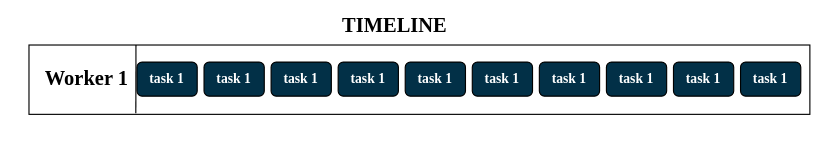
The draw.io diagram img/ch-intro/serial-timeline.svg in godaai/scale-py-zh, before a commit. Source tidied: cells renumbered, new cells last; positions are measured from the earlier drawing's top-left corner, leaving out a move shared by most shapes.
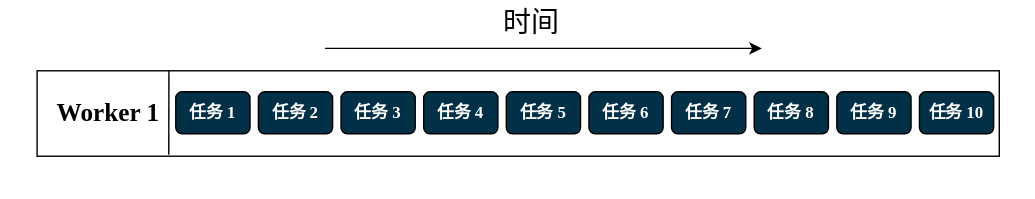
The same diagram one commit later.

Change to the diagram source:
```diff
@@ -2,52 +2,59 @@
   <root>
     <mxCell id="0" />
     <mxCell id="1" parent="0" />
-    <mxCell id="2" style="rounded=0;whiteSpace=wrap;html=1;strokeColor=none;fillColor=none;" parent="1" vertex="1">
-      <mxGeometry width="739" height="130" as="geometry" />
+    <mxCell id="2" style="rounded=0;whiteSpace=wrap;html=1;fillColor=none;strokeColor=none;" parent="1" vertex="1">
+      <mxGeometry x="-5" y="1" width="739" height="130" as="geometry" />
     </mxCell>
     <mxCell id="3" style="rounded=0;whiteSpace=wrap;html=1;" parent="1" vertex="1">
-      <mxGeometry x="25" y="39" width="687" height="61" as="geometry" />
+      <mxGeometry x="21" y="39" width="687" height="61" as="geometry" />
     </mxCell>
-    <mxCell id="4" value="&lt;b&gt;&lt;font style=&quot;font-size: 18px;&quot; face=&quot;Times New Roman&quot;&gt;TIMELINE&lt;/font&gt;&lt;/b&gt;" style="text;html=1;strokeColor=none;fillColor=none;align=center;verticalAlign=middle;whiteSpace=wrap;rounded=0;" parent="1" vertex="1">
-      <mxGeometry x="296" y="7" width="102" height="30" as="geometry" />
-    </mxCell>
     <mxCell id="5" value="&lt;font style=&quot;font-size: 18px;&quot; face=&quot;Times New Roman&quot;&gt;&lt;b&gt;Worker 1&lt;/b&gt;&lt;br&gt;&lt;/font&gt;" style="text;html=1;strokeColor=none;fillColor=none;align=center;verticalAlign=middle;whiteSpace=wrap;rounded=0;" parent="1" vertex="1">
-      <mxGeometry x="25" y="54" width="102" height="30" as="geometry" />
+      <mxGeometry x="21" y="54" width="102" height="30" as="geometry" />
     </mxCell>
-    <mxCell id="6" style="endArrow=none;html=1;rounded=0;entryX=0.137;entryY=0;entryDx=0;entryDy=0;entryPerimeter=0;" parent="1" edge="1" target="3">
+    <mxCell id="6" style="endArrow=none;html=1;rounded=0;entryX=0.137;entryY=0;entryDx=0;entryDy=0;entryPerimeter=0;" parent="1" edge="1">
       <mxGeometry relative="1" as="geometry">
-        <mxPoint x="119" y="99" as="sourcePoint" />
+        <mxPoint x="115" y="99" as="sourcePoint" />
+        <mxPoint x="115.1" y="39" as="targetPoint" />
       </mxGeometry>
     </mxCell>
-    <mxCell id="7" value="&lt;font color=&quot;#ffffff&quot; face=&quot;Times New Roman&quot;&gt;&lt;b&gt;task 1&lt;/b&gt;&lt;/font&gt;" style="rounded=1;whiteSpace=wrap;html=1;fillColor=#023047;" parent="1" vertex="1">
+    <mxCell id="7" value="&lt;font color=&quot;#ffffff&quot; face=&quot;Times New Roman&quot;&gt;&lt;b&gt;任务 1&lt;/b&gt;&lt;/font&gt;" style="rounded=1;whiteSpace=wrap;html=1;fillColor=#023047;" parent="1" vertex="1">
       <mxGeometry x="120" y="54" width="53" height="30" as="geometry" />
     </mxCell>
-    <mxCell id="8" value="&lt;font color=&quot;#ffffff&quot; face=&quot;Times New Roman&quot;&gt;&lt;b&gt;task 1&lt;/b&gt;&lt;/font&gt;" style="rounded=1;whiteSpace=wrap;html=1;fillColor=#023047;" parent="1" vertex="1">
+    <mxCell id="8" value="&lt;b style=&quot;border-color: var(--border-color); color: rgb(255, 255, 255); font-family: &amp;quot;Times New Roman&amp;quot;;&quot;&gt;任务&lt;/b&gt;&lt;font color=&quot;#ffffff&quot; face=&quot;Times New Roman&quot;&gt;&lt;b&gt;&amp;nbsp;2&lt;/b&gt;&lt;/font&gt;" style="rounded=1;whiteSpace=wrap;html=1;fillColor=#023047;" parent="1" vertex="1">
       <mxGeometry x="179" y="54" width="53" height="30" as="geometry" />
     </mxCell>
-    <mxCell id="9" value="&lt;font color=&quot;#ffffff&quot; face=&quot;Times New Roman&quot;&gt;&lt;b&gt;task 1&lt;/b&gt;&lt;/font&gt;" style="rounded=1;whiteSpace=wrap;html=1;fillColor=#023047;" parent="1" vertex="1">
+    <mxCell id="9" value="&lt;b style=&quot;border-color: var(--border-color); color: rgb(255, 255, 255); font-family: &amp;quot;Times New Roman&amp;quot;;&quot;&gt;任务&lt;/b&gt;&lt;font color=&quot;#ffffff&quot; face=&quot;Times New Roman&quot;&gt;&lt;b&gt;&amp;nbsp;3&lt;/b&gt;&lt;/font&gt;" style="rounded=1;whiteSpace=wrap;html=1;fillColor=#023047;" parent="1" vertex="1">
       <mxGeometry x="238" y="54" width="53" height="30" as="geometry" />
     </mxCell>
-    <mxCell id="10" value="&lt;font color=&quot;#ffffff&quot; face=&quot;Times New Roman&quot;&gt;&lt;b&gt;task 1&lt;/b&gt;&lt;/font&gt;" style="rounded=1;whiteSpace=wrap;html=1;fillColor=#023047;" parent="1" vertex="1">
+    <mxCell id="10" value="&lt;b style=&quot;border-color: var(--border-color); color: rgb(255, 255, 255); font-family: &amp;quot;Times New Roman&amp;quot;;&quot;&gt;任务&lt;/b&gt;&lt;font color=&quot;#ffffff&quot; face=&quot;Times New Roman&quot;&gt;&lt;b&gt;&amp;nbsp;4&lt;/b&gt;&lt;/font&gt;" style="rounded=1;whiteSpace=wrap;html=1;fillColor=#023047;" parent="1" vertex="1">
       <mxGeometry x="297" y="54" width="53" height="30" as="geometry" />
     </mxCell>
-    <mxCell id="11" value="&lt;font color=&quot;#ffffff&quot; face=&quot;Times New Roman&quot;&gt;&lt;b&gt;task 1&lt;/b&gt;&lt;/font&gt;" style="rounded=1;whiteSpace=wrap;html=1;fillColor=#023047;" parent="1" vertex="1">
+    <mxCell id="11" value="&lt;b style=&quot;border-color: var(--border-color); color: rgb(255, 255, 255); font-family: &amp;quot;Times New Roman&amp;quot;;&quot;&gt;任务&lt;/b&gt;&lt;font color=&quot;#ffffff&quot; face=&quot;Times New Roman&quot;&gt;&lt;b&gt;&amp;nbsp;5&lt;/b&gt;&lt;/font&gt;" style="rounded=1;whiteSpace=wrap;html=1;fillColor=#023047;" parent="1" vertex="1">
       <mxGeometry x="356" y="54" width="53" height="30" as="geometry" />
     </mxCell>
-    <mxCell id="12" value="&lt;font color=&quot;#ffffff&quot; face=&quot;Times New Roman&quot;&gt;&lt;b&gt;task 1&lt;/b&gt;&lt;/font&gt;" style="rounded=1;whiteSpace=wrap;html=1;fillColor=#023047;" parent="1" vertex="1">
+    <mxCell id="12" value="&lt;b style=&quot;border-color: var(--border-color); color: rgb(255, 255, 255); font-family: &amp;quot;Times New Roman&amp;quot;;&quot;&gt;任务&lt;/b&gt;&lt;font color=&quot;#ffffff&quot; face=&quot;Times New Roman&quot;&gt;&lt;b&gt;&amp;nbsp;6&lt;/b&gt;&lt;/font&gt;" style="rounded=1;whiteSpace=wrap;html=1;fillColor=#023047;" parent="1" vertex="1">
       <mxGeometry x="415" y="54" width="53" height="30" as="geometry" />
     </mxCell>
-    <mxCell id="13" value="&lt;font color=&quot;#ffffff&quot; face=&quot;Times New Roman&quot;&gt;&lt;b&gt;task 1&lt;/b&gt;&lt;/font&gt;" style="rounded=1;whiteSpace=wrap;html=1;fillColor=#023047;" parent="1" vertex="1">
+    <mxCell id="13" value="&lt;b style=&quot;border-color: var(--border-color); color: rgb(255, 255, 255); font-family: &amp;quot;Times New Roman&amp;quot;;&quot;&gt;任务&lt;/b&gt;&lt;font color=&quot;#ffffff&quot; face=&quot;Times New Roman&quot;&gt;&lt;b&gt;&amp;nbsp;7&lt;/b&gt;&lt;/font&gt;" style="rounded=1;whiteSpace=wrap;html=1;fillColor=#023047;" parent="1" vertex="1">
       <mxGeometry x="474" y="54" width="53" height="30" as="geometry" />
     </mxCell>
-    <mxCell id="14" value="&lt;font color=&quot;#ffffff&quot; face=&quot;Times New Roman&quot;&gt;&lt;b&gt;task 1&lt;/b&gt;&lt;/font&gt;" style="rounded=1;whiteSpace=wrap;html=1;fillColor=#023047;" parent="1" vertex="1">
+    <mxCell id="14" value="&lt;b style=&quot;border-color: var(--border-color); color: rgb(255, 255, 255); font-family: &amp;quot;Times New Roman&amp;quot;;&quot;&gt;任务&lt;/b&gt;&lt;font color=&quot;#ffffff&quot; face=&quot;Times New Roman&quot;&gt;&lt;b&gt;&amp;nbsp;8&lt;/b&gt;&lt;/font&gt;" style="rounded=1;whiteSpace=wrap;html=1;fillColor=#023047;" parent="1" vertex="1">
       <mxGeometry x="533" y="54" width="53" height="30" as="geometry" />
     </mxCell>
-    <mxCell id="15" value="&lt;font color=&quot;#ffffff&quot; face=&quot;Times New Roman&quot;&gt;&lt;b&gt;task 1&lt;/b&gt;&lt;/font&gt;" style="rounded=1;whiteSpace=wrap;html=1;fillColor=#023047;" parent="1" vertex="1">
+    <mxCell id="15" value="&lt;b style=&quot;border-color: var(--border-color); color: rgb(255, 255, 255); font-family: &amp;quot;Times New Roman&amp;quot;;&quot;&gt;任务&lt;/b&gt;&lt;font color=&quot;#ffffff&quot; face=&quot;Times New Roman&quot;&gt;&lt;b&gt;&amp;nbsp;9&lt;/b&gt;&lt;/font&gt;" style="rounded=1;whiteSpace=wrap;html=1;fillColor=#023047;" parent="1" vertex="1">
       <mxGeometry x="592" y="54" width="53" height="30" as="geometry" />
     </mxCell>
-    <mxCell id="16" value="&lt;font color=&quot;#ffffff&quot; face=&quot;Times New Roman&quot;&gt;&lt;b&gt;task 1&lt;/b&gt;&lt;/font&gt;" style="rounded=1;whiteSpace=wrap;html=1;fillColor=#023047;" parent="1" vertex="1">
+    <mxCell id="16" value="&lt;b style=&quot;border-color: var(--border-color); color: rgb(255, 255, 255); font-family: &amp;quot;Times New Roman&amp;quot;;&quot;&gt;任务&lt;/b&gt;&lt;font color=&quot;#ffffff&quot; face=&quot;Times New Roman&quot;&gt;&lt;b&gt;&amp;nbsp;10&lt;/b&gt;&lt;/font&gt;" style="rounded=1;whiteSpace=wrap;html=1;fillColor=#023047;" parent="1" vertex="1">
       <mxGeometry x="651" y="54" width="53" height="30" as="geometry" />
     </mxCell>
+    <mxCell id="17" value="时间" style="text;html=1;strokeColor=none;fillColor=none;align=center;verticalAlign=middle;whiteSpace=wrap;rounded=0;fontFamily=Times New Roman;fontSize=20;horizontal=1;" parent="1" vertex="1">
+      <mxGeometry x="343.5" y="-11" width="60" height="30" as="geometry" />
+    </mxCell>
+    <mxCell id="18" style="endArrow=classic;html=1;rounded=0;fontSize=24;fontFamily=Times New Roman;" parent="1" edge="1">
+      <mxGeometry relative="1" as="geometry">
+        <mxPoint x="226.5" y="23" as="sourcePoint" />
+        <mxPoint x="538.5" y="23" as="targetPoint" />
+      </mxGeometry>
+    </mxCell>
   </root>
 </mxGraphModel>
```
